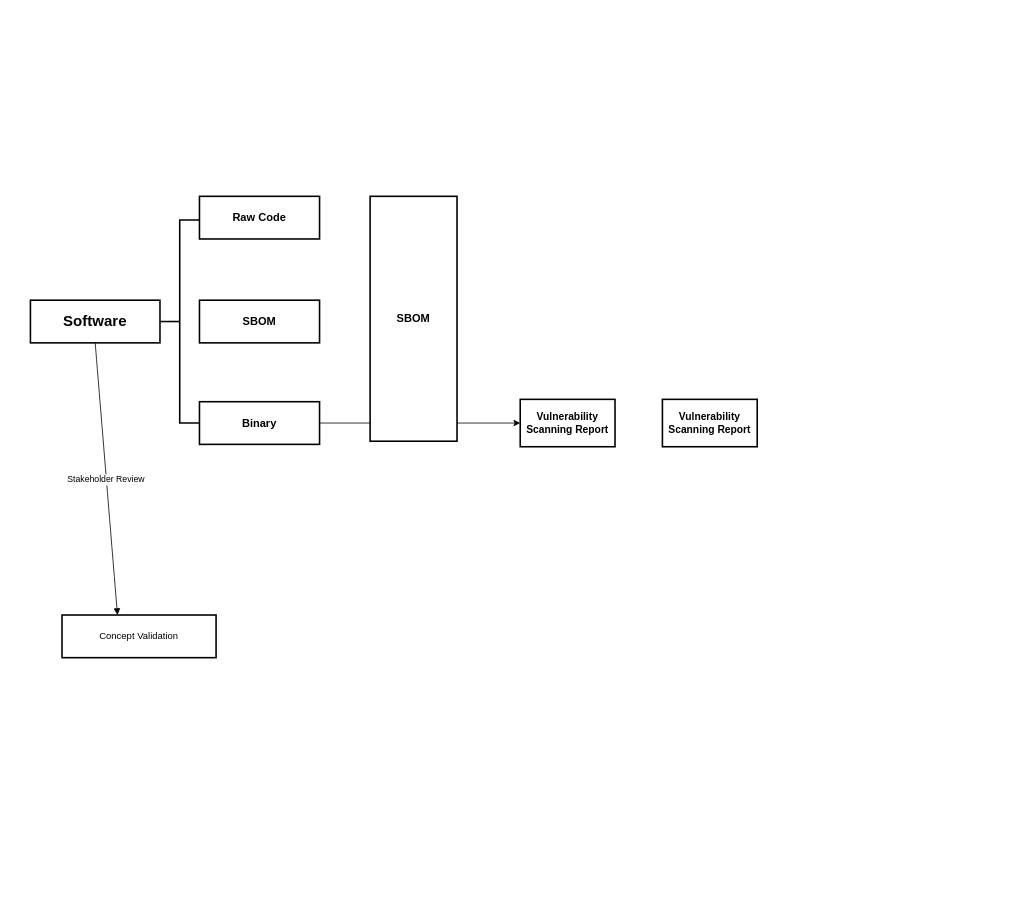
karl-xing/drawio keeps this draw.io diagram as VulScan.drawio. Above is the earlier version. Source tidied: cells renumbered, new cells numbered last; positions are measured from the earlier drawing's top-left corner, leaving out a move shared by most shapes. Both pictures are drawn from the tidied source at 79%, with x=0, y=0 at pixel (30, 196).
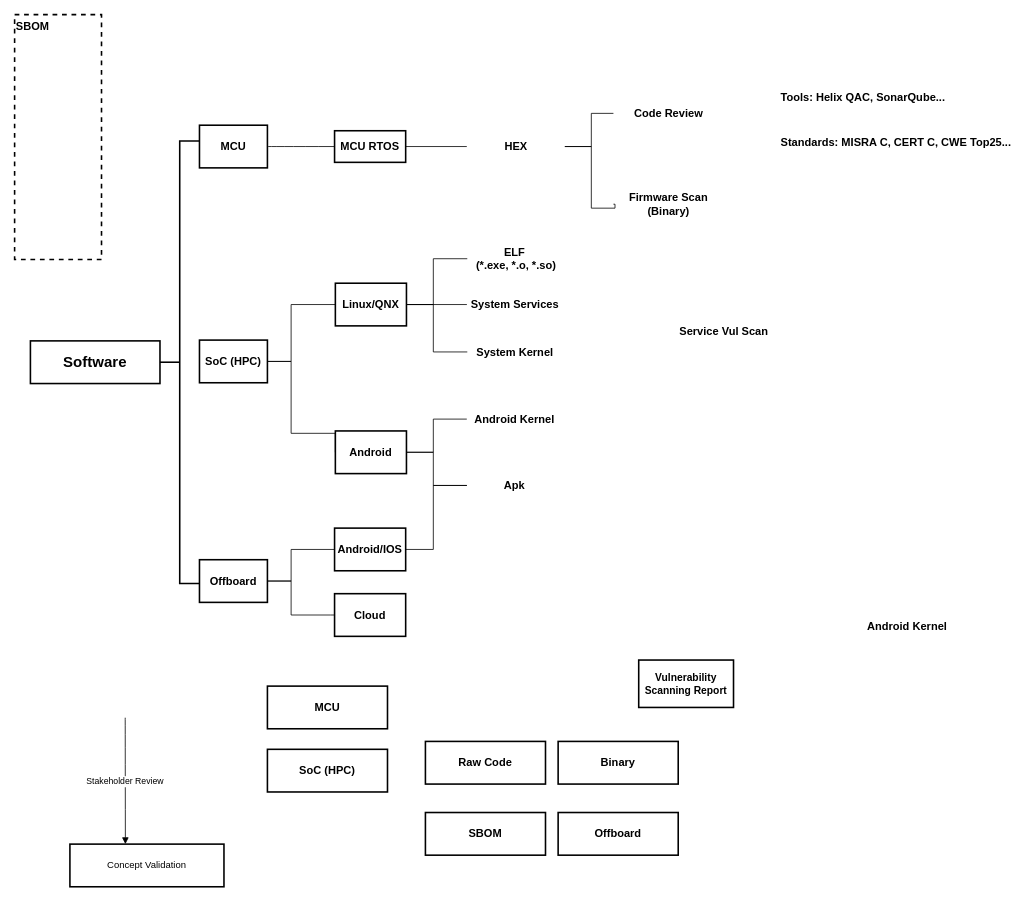
The same diagram, later.

Change to the diagram source:
```diff
@@
     <mxCell id="2" value="Software" style="whiteSpace=wrap;strokeWidth=2;fontSize=19;fontStyle=1;" parent="1" vertex="1">
-      <mxGeometry y="131.5" width="164" height="54" as="geometry" />
+      <mxGeometry y="183" width="164" height="54" as="geometry" />
     </mxCell>
     <mxCell id="3" value="Concept Validation" style="whiteSpace=wrap;strokeWidth=2;" parent="1" vertex="1">
-      <mxGeometry x="40" y="530" width="195" height="54" as="geometry" />
+      <mxGeometry x="50" y="820" width="195" height="54" as="geometry" />
     </mxCell>
-    <mxCell id="4" value="Stakeholder Review" style="curved=1;startArrow=none;endArrow=block;exitX=0.5;exitY=1;entryX=0.36;entryY=0;" parent="1" edge="1" source="2" target="3">
-      <mxGeometry relative="1" as="geometry" />
+    <mxCell id="4" value="Stakeholder Review" style="curved=1;startArrow=none;endArrow=block;entryX=0.36;entryY=0;" parent="1" edge="1" target="3">
+      <mxGeometry relative="1" as="geometry">
+        <mxPoint x="120" y="660" as="sourcePoint" />
+      </mxGeometry>
     </mxCell>
     <mxCell id="5" style="strokeWidth=2;html=1;shape=mxgraph.flowchart.annotation_2;align=left;labelPosition=right;" parent="1" vertex="1">
-      <mxGeometry x="164" y="30" width="50" height="257" as="geometry" />
+      <mxGeometry x="164" y="-70" width="50" height="560" as="geometry" />
     </mxCell>
-    <mxCell id="6" value="Raw Code" style="whiteSpace=wrap;strokeWidth=2;fontSize=14;fontStyle=1;" parent="1" vertex="1">
-      <mxGeometry x="214" width="152" height="54" as="geometry" />
+    <mxCell id="6" value="MCU" style="whiteSpace=wrap;strokeWidth=2;fontSize=14;fontStyle=1;" parent="1" vertex="1">
+      <mxGeometry x="214" y="-90" width="86" height="54" as="geometry" />
     </mxCell>
-    <mxCell id="7" style="edgeStyle=orthogonalEdgeStyle;rounded=0;jettySize=auto;html=1;" parent="1" edge="1" source="8" target="9">
-      <mxGeometry relative="1" as="geometry" />
+    <mxCell id="7" style="edgeStyle=orthogonalEdgeStyle;rounded=0;jettySize=auto;html=1;entryX=0;entryY=0.5;entryDx=0;entryDy=0;endArrow=none;endFill=0;" parent="1" edge="1" source="8" target="33">
+      <mxGeometry relative="1" as="geometry">
+        <Array as="points">
+          <mxPoint x="330" y="487" />
+          <mxPoint x="330" y="447" />
+        </Array>
+      </mxGeometry>
     </mxCell>
-    <mxCell id="8" value="Binary" style="whiteSpace=wrap;strokeWidth=2;fontSize=14;fontStyle=1;" parent="1" vertex="1">
-      <mxGeometry x="214" y="260" width="152" height="54" as="geometry" />
+    <mxCell id="8" value="Offboard" style="whiteSpace=wrap;strokeWidth=2;fontSize=14;fontStyle=1;" parent="1" vertex="1">
+      <mxGeometry x="214" y="460" width="86" height="54" as="geometry" />
     </mxCell>
-    <mxCell id="9" value="Vulnerability Scanning Report" style="whiteSpace=wrap;html=1;fontSize=13;strokeWidth=2;fontStyle=1;" parent="1" vertex="1">
-      <mxGeometry x="620" y="257" width="120" height="60" as="geometry" />
-    </mxCell>
-    <mxCell id="10" value="SBOM" style="whiteSpace=wrap;strokeWidth=2;fontSize=14;fontStyle=1;" parent="1" vertex="1">
-      <mxGeometry x="214" y="131.5" width="152" height="54" as="geometry" />
+    <mxCell id="10" value="SoC (HPC)" style="whiteSpace=wrap;strokeWidth=2;fontSize=14;fontStyle=1;" parent="1" vertex="1">
+      <mxGeometry x="214" y="182" width="86" height="54" as="geometry" />
     </mxCell>
+    <mxCell id="12" value="Vulnerability Scanning Report" style="whiteSpace=wrap;html=1;fontSize=13;strokeWidth=2;fontStyle=1;" parent="1" vertex="1">
+      <mxGeometry x="770" y="587" width="120" height="60" as="geometry" />
+    </mxCell>
+    <mxCell id="13" value="MCU" style="whiteSpace=wrap;strokeWidth=2;fontSize=14;fontStyle=1;" parent="1" vertex="1">
+      <mxGeometry x="300" y="620" width="152" height="54" as="geometry" />
+    </mxCell>
+    <mxCell id="14" value="SoC (HPC)" style="whiteSpace=wrap;strokeWidth=2;fontSize=14;fontStyle=1;" parent="1" vertex="1">
+      <mxGeometry x="300" y="700" width="152" height="54" as="geometry" />
+    </mxCell>
+    <mxCell id="15" value="Offboard" style="whiteSpace=wrap;strokeWidth=2;fontSize=14;fontStyle=1;" parent="1" vertex="1">
+      <mxGeometry x="668" y="780" width="152" height="54" as="geometry" />
+    </mxCell>
+    <mxCell id="16" value="Binary" style="whiteSpace=wrap;strokeWidth=2;fontSize=14;fontStyle=1;" parent="1" vertex="1">
+      <mxGeometry x="668" y="690" width="152" height="54" as="geometry" />
+    </mxCell>
     <mxCell id="11" value="SBOM" style="whiteSpace=wrap;strokeWidth=2;fontSize=14;fontStyle=1;" parent="1" vertex="1">
-      <mxGeometry x="430" width="110" height="310" as="geometry" />
+      <mxGeometry x="500" y="780" width="152" height="54" as="geometry" />
     </mxCell>
-    <mxCell id="12" value="Vulnerability Scanning Report" style="whiteSpace=wrap;html=1;fontSize=13;strokeWidth=2;fontStyle=1;" parent="1" vertex="1">
-      <mxGeometry x="800" y="257" width="120" height="60" as="geometry" />
-    </mxCell>
+    <mxCell id="17" value="Raw Code" style="whiteSpace=wrap;strokeWidth=2;fontSize=14;fontStyle=1;" parent="1" vertex="1">
+      <mxGeometry x="500" y="690" width="152" height="54" as="geometry" />
+    </mxCell>
+    <mxCell id="18" value="SBOM" style="whiteSpace=wrap;strokeWidth=2;fontSize=14;fontStyle=1;fillColor=none;dashed=1;verticalAlign=top;align=left;" parent="1" vertex="1">
+      <mxGeometry x="-20" y="-230" width="110" height="310" as="geometry" />
+    </mxCell>
+    <mxCell id="19" value="Linux/QNX" style="whiteSpace=wrap;strokeWidth=2;fontSize=14;fontStyle=1;" parent="1" vertex="1">
+      <mxGeometry x="386" y="110" width="90" height="54" as="geometry" />
+    </mxCell>
+    <mxCell id="20" value="Android" style="whiteSpace=wrap;strokeWidth=2;fontSize=14;fontStyle=1;" parent="1" vertex="1">
+      <mxGeometry x="386" y="297" width="90" height="54" as="geometry" />
+    </mxCell>
+    <mxCell id="21" value="MCU RTOS" style="whiteSpace=wrap;strokeWidth=2;fontSize=14;fontStyle=1;" parent="1" vertex="1">
+      <mxGeometry x="385" y="-83" width="90" height="40" as="geometry" />
+    </mxCell>
+    <mxCell id="22" style="ellipse;whiteSpace=wrap;html=1;align=center;fillColor=none;strokeColor=none;perimeter=centerPerimeter;" parent="1" vertex="1">
+      <mxGeometry x="516" y="224" width="10" height="10" as="geometry" />
+    </mxCell>
+    <mxCell id="23" value="ELF &#10;(*.exe, *.o, *.so)" style="whiteSpace=wrap;strokeWidth=2;fontSize=14;fontStyle=1;strokeColor=none;points=[[0,0,0,0,0],[0,0.5,0,0,0],[0,1,0,0,0],[0.25,0,0,0,0],[0.25,1,0,0,0],[0.5,0,0,0,0],[0.5,1,0,0,0],[0.75,0,0,0,0],[0.75,1,0,0,0],[1,0,0,0,0],[1,0.5,0,0,0],[1,1,0,0,0]];" parent="1" vertex="1">
+      <mxGeometry x="553" y="64" width="124" height="30" as="geometry" />
+    </mxCell>
+    <mxCell id="24" value="Android Kernel" style="whiteSpace=wrap;strokeWidth=2;fontSize=14;fontStyle=1;strokeColor=none;" parent="1" vertex="1">
+      <mxGeometry x="1050" y="530" width="120" height="30" as="geometry" />
+    </mxCell>
+    <mxCell id="25" style="endArrow=none;html=1;rounded=0;exitX=1;exitY=0.5;exitDx=0;exitDy=0;entryX=0;entryY=0.5;entryDx=0;entryDy=0;endFill=0;edgeStyle=orthogonalEdgeStyle;" parent="1" edge="1" source="19" target="23">
+      <mxGeometry relative="1" as="geometry">
+        <Array as="points">
+          <mxPoint x="510" y="137" />
+          <mxPoint x="510" y="79" />
+        </Array>
+      </mxGeometry>
+    </mxCell>
+    <mxCell id="26" value="System Services" style="whiteSpace=wrap;strokeWidth=2;fontSize=14;fontStyle=1;strokeColor=none;points=[[0,0,0,0,0],[0,0.5,0,0,0],[0,1,0,0,0],[0.25,0,0,0,0],[0.25,1,0,0,0],[0.5,0,0,0,0],[0.5,1,0,0,0],[0.75,0,0,0,0],[0.75,1,0,0,0],[1,0,0,0,0],[1,0.5,0,0,0],[1,1,0,0,0]];" parent="1" vertex="1">
+      <mxGeometry x="552.5" y="122" width="121" height="30" as="geometry" />
+    </mxCell>
+    <mxCell id="27" style="endArrow=none;html=1;rounded=0;exitX=1;exitY=0.5;exitDx=0;exitDy=0;entryX=0;entryY=0.5;entryDx=0;entryDy=0;entryPerimeter=0;endFill=0;" parent="1" edge="1" source="19" target="26">
+      <mxGeometry relative="1" as="geometry" />
+    </mxCell>
+    <mxCell id="28" value="System Kernel" style="whiteSpace=wrap;strokeWidth=2;fontSize=14;fontStyle=1;strokeColor=none;points=[[0,0,0,0,0],[0,0.5,0,0,0],[0,1,0,0,0],[0.25,0,0,0,0],[0.25,1,0,0,0],[0.5,0,0,0,0],[0.5,1,0,0,0],[0.75,0,0,0,0],[0.75,1,0,0,0],[1,0,0,0,0],[1,0.5,0,0,0],[1,1,0,0,0]];" parent="1" vertex="1">
+      <mxGeometry x="553" y="182" width="121" height="30" as="geometry" />
+    </mxCell>
+    <mxCell id="29" style="endArrow=none;html=1;rounded=0;exitX=1;exitY=0.5;exitDx=0;exitDy=0;entryX=0;entryY=0.5;entryDx=0;entryDy=0;entryPerimeter=0;endFill=0;edgeStyle=orthogonalEdgeStyle;" parent="1" edge="1" source="19" target="28">
+      <mxGeometry relative="1" as="geometry">
+        <Array as="points">
+          <mxPoint x="510" y="137" />
+          <mxPoint x="510" y="197" />
+        </Array>
+      </mxGeometry>
+    </mxCell>
+    <mxCell id="30" style="curved=1;endArrow=none;html=1;rounded=0;exitX=1;exitY=0.5;exitDx=0;exitDy=0;entryX=0;entryY=0.5;entryDx=0;entryDy=0;endFill=0;" parent="1" edge="1" source="6" target="21">
+      <mxGeometry relative="1" as="geometry" />
+    </mxCell>
+    <mxCell id="31" style="endArrow=none;html=1;rounded=0;exitX=1;exitY=0.5;exitDx=0;exitDy=0;entryX=0;entryY=0.5;entryDx=0;entryDy=0;endFill=0;entryPerimeter=0;" parent="1" edge="1" source="21" target="45">
+      <mxGeometry relative="1" as="geometry" />
+    </mxCell>
+    <mxCell id="32" value="Apk" style="whiteSpace=wrap;strokeWidth=2;fontSize=14;fontStyle=1;strokeColor=none;points=[[0,0,0,0,0],[0,0.5,0,0,0],[0,1,0,0,0],[0.25,0,0,0,0],[0.25,1,0,0,0],[0.5,0,0,0,0],[0.5,1,0,0,0],[0.75,0,0,0,0],[0.75,1,0,0,0],[1,0,0,0,0],[1,0.5,0,0,0],[1,1,0,0,0]];" parent="1" vertex="1">
+      <mxGeometry x="552.5" y="351" width="120" height="30" as="geometry" />
+    </mxCell>
+    <mxCell id="33" value="Android/IOS" style="whiteSpace=wrap;strokeWidth=2;fontSize=14;fontStyle=1;" parent="1" vertex="1">
+      <mxGeometry x="385" y="420" width="90" height="54" as="geometry" />
+    </mxCell>
+    <mxCell id="34" value="Cloud" style="whiteSpace=wrap;strokeWidth=2;fontSize=14;fontStyle=1;" parent="1" vertex="1">
+      <mxGeometry x="385" y="503" width="90" height="54" as="geometry" />
+    </mxCell>
+    <mxCell id="35" style="edgeStyle=orthogonalEdgeStyle;rounded=0;jettySize=auto;html=1;exitX=1;exitY=0.5;exitDx=0;exitDy=0;entryX=0;entryY=0.5;entryDx=0;entryDy=0;endArrow=none;endFill=0;" parent="1" edge="1" source="8" target="34">
+      <mxGeometry relative="1" as="geometry">
+        <Array as="points">
+          <mxPoint x="330" y="487" />
+          <mxPoint x="330" y="530" />
+          <mxPoint x="380" y="530" />
+        </Array>
+      </mxGeometry>
+    </mxCell>
+    <mxCell id="36" style="edgeStyle=orthogonalEdgeStyle;rounded=0;jettySize=auto;html=1;exitX=1;exitY=0.5;exitDx=0;exitDy=0;entryX=0;entryY=0.5;entryDx=0;entryDy=0;endArrow=none;endFill=0;" parent="1" edge="1" source="10" target="19">
+      <mxGeometry relative="1" as="geometry">
+        <Array as="points">
+          <mxPoint x="330" y="209" />
+          <mxPoint x="330" y="137" />
+        </Array>
+      </mxGeometry>
+    </mxCell>
+    <mxCell id="37" style="edgeStyle=orthogonalEdgeStyle;rounded=0;jettySize=auto;html=1;entryX=0;entryY=0.5;entryDx=0;entryDy=0;exitX=1;exitY=0.5;exitDx=0;exitDy=0;endArrow=none;endFill=0;" parent="1" edge="1" source="10" target="20">
+      <mxGeometry relative="1" as="geometry">
+        <Array as="points">
+          <mxPoint x="330" y="209" />
+          <mxPoint x="330" y="300" />
+          <mxPoint x="386" y="300" />
+        </Array>
+      </mxGeometry>
+    </mxCell>
+    <mxCell id="38" value="Code Review" style="whiteSpace=wrap;strokeWidth=2;fontSize=14;fontStyle=1;strokeColor=none;points=[[0,0,0,0,0],[0,0.5,0,0,0],[0,1,0,0,0],[0.25,0,0,0,0],[0.25,1,0,0,0],[0.5,0,0,0,0],[0.5,1,0,0,0],[0.75,0,0,0,0],[0.75,1,0,0,0],[1,0,0,0,0],[1,0.5,0,0,0],[1,1,0,0,0]];" parent="1" vertex="1">
+      <mxGeometry x="738" y="-120" width="140" height="30" as="geometry" />
+    </mxCell>
+    <mxCell id="39" value="Firmware Scan&#10;(Binary)" style="whiteSpace=wrap;strokeWidth=2;fontSize=14;fontStyle=1;strokeColor=none;points=[[0,0,0,0,0],[0,0.5,0,0,0],[0,1,0,0,0],[0.25,0,0,0,0],[0.25,1,0,0,0],[0.5,0,0,0,0],[0.5,1,0,0,0],[0.75,0,0,0,0],[0.75,1,0,0,0],[1,0,0,0,0],[1,0.5,0,0,0],[1,1,0,0,0]];" parent="1" vertex="1">
+      <mxGeometry x="738" y="-20" width="140" height="60" as="geometry" />
+    </mxCell>
+    <mxCell id="40" value="Service Vul Scan" style="whiteSpace=wrap;strokeWidth=2;fontSize=14;fontStyle=1;strokeColor=none;" parent="1" vertex="1">
+      <mxGeometry x="808" y="155.5" width="140" height="30" as="geometry" />
+    </mxCell>
+    <mxCell id="41" style="edgeStyle=orthogonalEdgeStyle;rounded=0;jettySize=auto;html=1;entryX=0;entryY=0.5;entryDx=0;entryDy=0;endArrow=none;endFill=0;exitX=1;exitY=0.5;exitDx=0;exitDy=0;entryPerimeter=0;" parent="1" edge="1" source="20" target="43">
+      <mxGeometry relative="1" as="geometry">
+        <Array as="points">
+          <mxPoint x="510" y="324" />
+          <mxPoint x="510" y="282" />
+        </Array>
+      </mxGeometry>
+    </mxCell>
+    <mxCell id="42" style="edgeStyle=orthogonalEdgeStyle;rounded=0;jettySize=auto;html=1;exitX=1;exitY=0.5;exitDx=0;exitDy=0;entryX=0;entryY=0.5;entryDx=0;entryDy=0;endArrow=none;endFill=0;entryPerimeter=0;" parent="1" edge="1" source="20" target="32">
+      <mxGeometry relative="1" as="geometry">
+        <Array as="points">
+          <mxPoint x="510" y="324" />
+          <mxPoint x="510" y="366" />
+        </Array>
+      </mxGeometry>
+    </mxCell>
+    <mxCell id="43" value="Android Kernel" style="whiteSpace=wrap;strokeWidth=2;fontSize=14;fontStyle=1;strokeColor=none;points=[[0,0,0,0,0],[0,0.5,0,0,0],[0,1,0,0,0],[0.25,0,0,0,0],[0.25,1,0,0,0],[0.5,0,0,0,0],[0.5,1,0,0,0],[0.75,0,0,0,0],[0.75,1,0,0,0],[1,0,0,0,0],[1,0.5,0,0,0],[1,1,0,0,0]];" parent="1" vertex="1">
+      <mxGeometry x="552.5" y="267" width="120" height="30" as="geometry" />
+    </mxCell>
+    <mxCell id="44" style="edgeStyle=orthogonalEdgeStyle;rounded=0;jettySize=auto;html=1;exitX=1;exitY=0.5;exitDx=0;exitDy=0;endArrow=none;endFill=0;entryX=0;entryY=0.5;entryDx=0;entryDy=0;entryPerimeter=0;" parent="1" edge="1" source="33" target="32">
+      <mxGeometry relative="1" as="geometry">
+        <Array as="points">
+          <mxPoint x="510" y="447" />
+          <mxPoint x="510" y="366" />
+        </Array>
+      </mxGeometry>
+    </mxCell>
+    <mxCell id="45" value="HEX" style="whiteSpace=wrap;strokeWidth=2;fontSize=14;fontStyle=1;strokeColor=none;points=[[0,0,0,0,0],[0,0.5,0,0,0],[0,1,0,0,0],[0.25,0,0,0,0],[0.25,1,0,0,0],[0.5,0,0,0,0],[0.5,1,0,0,0],[0.75,0,0,0,0],[0.75,1,0,0,0],[1,0,0,0,0],[1,0.5,0,0,0],[1,1,0,0,0]];" parent="1" vertex="1">
+      <mxGeometry x="552.5" y="-78" width="124" height="30" as="geometry" />
+    </mxCell>
+    <mxCell id="46" value="Tools: Helix QAC, SonarQube..." style="whiteSpace=wrap;strokeWidth=2;fontSize=14;fontStyle=1;strokeColor=none;align=left;" parent="1" vertex="1">
+      <mxGeometry x="948" y="-140" width="240" height="30" as="geometry" />
+    </mxCell>
+    <mxCell id="47" value="Standards: MISRA C, CERT C, CWE Top25..." style="whiteSpace=wrap;strokeWidth=2;fontSize=14;fontStyle=1;strokeColor=none;align=left;" parent="1" vertex="1">
+      <mxGeometry x="948" y="-83" width="300" height="30" as="geometry" />
+    </mxCell>
+    <mxCell id="48" style="endArrow=none;html=1;rounded=0;exitX=1;exitY=0.5;exitDx=0;exitDy=0;endFill=0;edgeStyle=orthogonalEdgeStyle;exitPerimeter=0;entryX=0;entryY=0.5;entryDx=0;entryDy=0;entryPerimeter=0;" parent="1" edge="1" source="45" target="39">
+      <mxGeometry relative="1" as="geometry">
+        <Array as="points">
+          <mxPoint x="710" y="-63" />
+          <mxPoint x="710" y="15" />
+          <mxPoint x="740" y="15" />
+          <mxPoint x="740" y="10" />
+        </Array>
+      </mxGeometry>
+    </mxCell>
+    <mxCell id="49" style="endArrow=none;html=1;rounded=0;exitX=1;exitY=0.5;exitDx=0;exitDy=0;endFill=0;edgeStyle=orthogonalEdgeStyle;exitPerimeter=0;entryX=0;entryY=0.5;entryDx=0;entryDy=0;entryPerimeter=0;" parent="1" edge="1" source="45" target="38">
+      <mxGeometry relative="1" as="geometry">
+        <Array as="points">
+          <mxPoint x="710" y="-63" />
+          <mxPoint x="710" y="-105" />
+        </Array>
+      </mxGeometry>
+    </mxCell>
```
